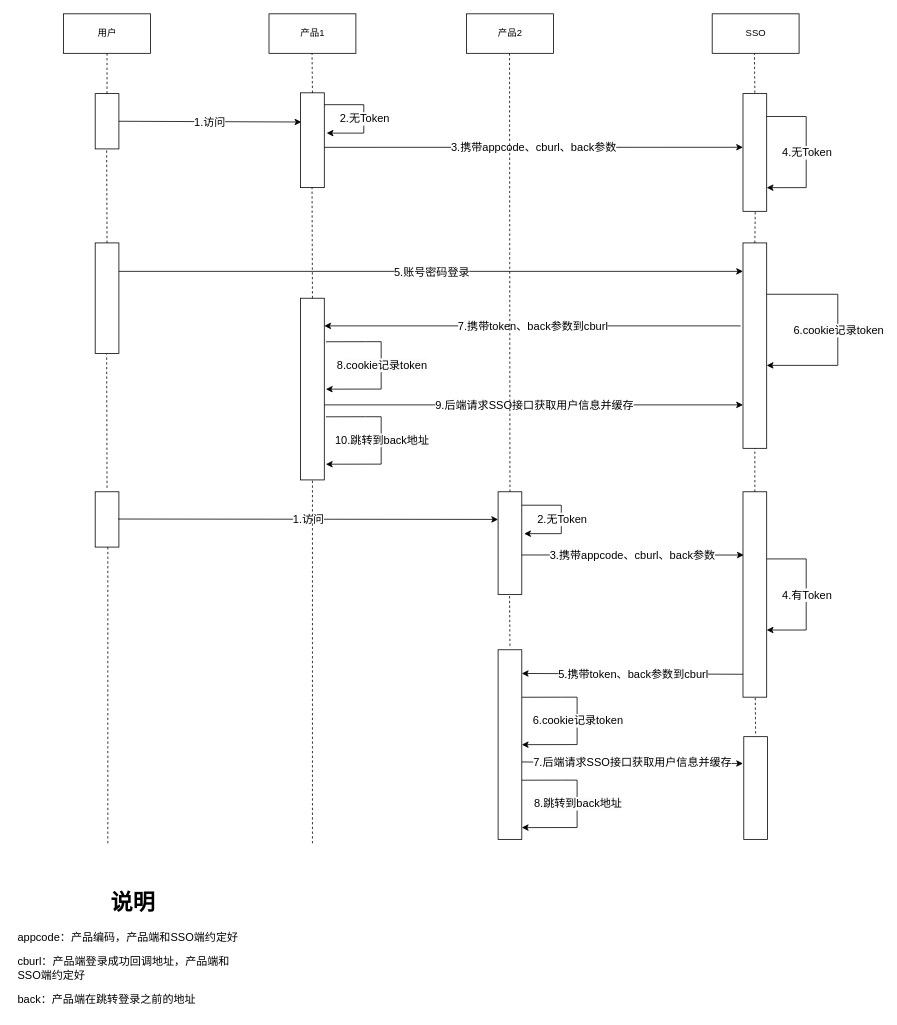
Before: Project/SSO-登录.drawio in hao15239129517/drawio, a draw.io diagram. Source tidied: cells renumbered, new cells numbered last; positions are measured from the earlier drawing's top-left corner, leaving out a move shared by most shapes. Both pictures are drawn from the tidied source at 79%, with x=0, y=0 at pixel (13, 13).
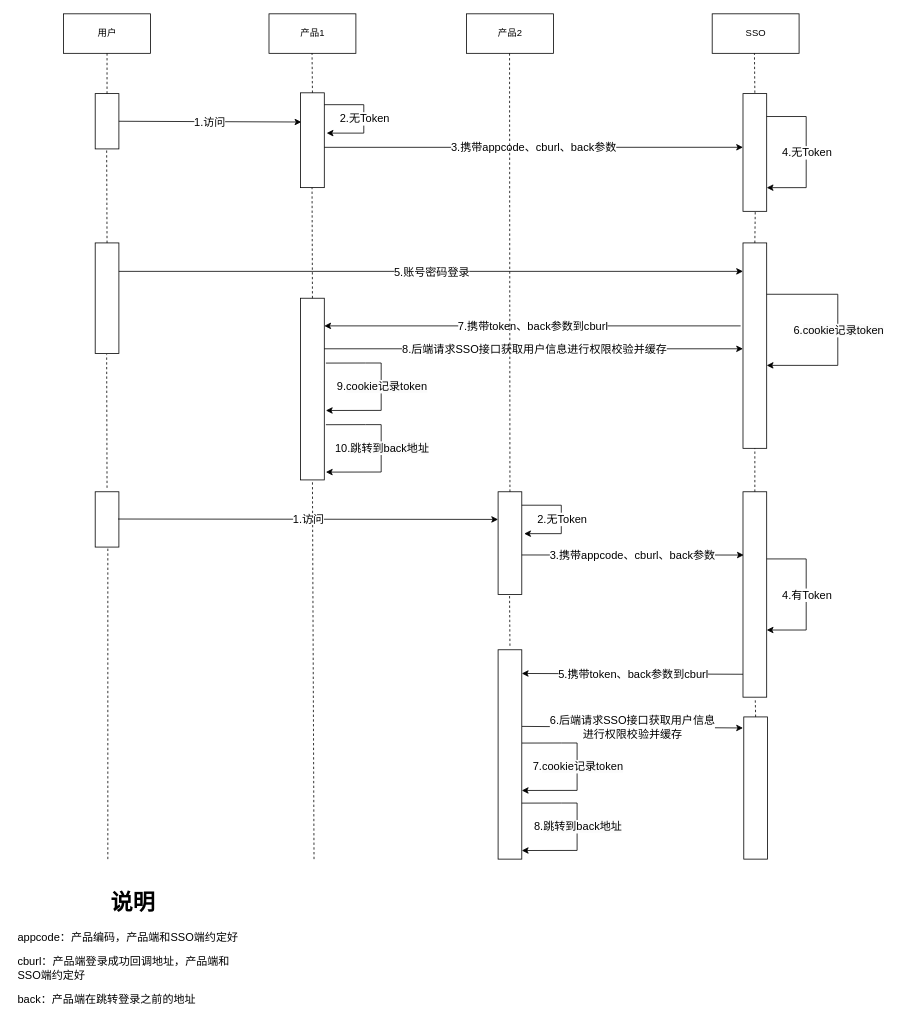
The same diagram, later.

Unchanged cells that the change refers to:
```xml
<mxCell id="22" style="rounded=0;whiteSpace=wrap;html=1;" parent="1" vertex="1">
  <mxGeometry x="363" y="360" width="30" height="230" as="geometry" />
</mxCell>
```

Diff of the diagram source:
```diff
@@
     <mxCell id="23" style="endArrow=classic;html=1;rounded=0;strokeWidth=1;fontSize=14;" parent="1" edge="1">
       <mxGeometry relative="1" as="geometry">
-        <mxPoint x="393" y="495" as="sourcePoint" />
-        <mxPoint x="923" y="495" as="targetPoint" />
+        <mxPoint x="393" y="424" as="sourcePoint" />
+        <mxPoint x="923" y="424" as="targetPoint" />
       </mxGeometry>
     </mxCell>
-    <mxCell id="24" value="9.后端请求SSO接口获取用户信息并缓存" style="edgeLabel;html=1;align=center;verticalAlign=middle;fontSize=14;rounded=0;" parent="23" vertex="1">
+    <mxCell id="24" value="8.后端请求SSO接口获取用户信息进行权限校验并缓存" style="edgeLabel;html=1;align=center;verticalAlign=middle;fontSize=14;rounded=0;" parent="23" vertex="1">
       <mxGeometry relative="1" as="geometry" />
     </mxCell>
@@
     <mxCell id="36" style="endArrow=classic;html=1;rounded=0;strokeWidth=1;fontSize=14;entryX=0;entryY=0.923;entryDx=0;entryDy=0;entryPerimeter=0;" parent="1" edge="1">
       <mxGeometry relative="1" as="geometry">
-        <mxPoint x="643" y="947" as="sourcePoint" />
-        <mxPoint x="923" y="949" as="targetPoint" />
+        <mxPoint x="643" y="902" as="sourcePoint" />
+        <mxPoint x="923" y="904" as="targetPoint" />
       </mxGeometry>
     </mxCell>
-    <mxCell id="37" value="7.后端请求SSO接口获取用户信息并缓存" style="edgeLabel;html=1;align=center;verticalAlign=middle;fontSize=14;rounded=0;" parent="36" vertex="1">
+    <mxCell id="37" value="6.后端请求SSO接口获取用户信息&lt;br&gt;进行权限校验并缓存" style="edgeLabel;html=1;align=center;verticalAlign=middle;fontSize=14;rounded=0;" parent="36" vertex="1">
       <mxGeometry relative="1" as="geometry" />
     </mxCell>
@@
     <mxCell id="52" style="endArrow=classic;html=1;rounded=0;strokeWidth=1;fontSize=14;entryX=1;entryY=0.799;entryDx=0;entryDy=0;entryPerimeter=0;exitX=1;exitY=0.313;exitDx=0;exitDy=0;exitPerimeter=0;" parent="1" edge="1">
       <mxGeometry x="0.3" y="100" relative="1" as="geometry">
-        <mxPoint x="643" y="865.1" as="sourcePoint" />
-        <mxPoint x="643" y="925.1" as="targetPoint" />
+        <mxPoint x="643" y="923.1" as="sourcePoint" />
+        <mxPoint x="643" y="983.1" as="targetPoint" />
         <Array as="points">
-          <mxPoint x="693" y="865" />
-          <mxPoint x="713" y="865" />
-          <mxPoint x="713" y="925" />
+          <mxPoint x="693" y="923" />
+          <mxPoint x="713" y="923" />
+          <mxPoint x="713" y="983" />
         </Array>
       </mxGeometry>
     </mxCell>
-    <mxCell id="53" value="6.&lt;span style=&quot;background-color: rgb(251, 251, 251);&quot;&gt;cookie记录token&lt;/span&gt;" style="edgeLabel;html=1;align=center;verticalAlign=middle;fontSize=14;rounded=0;" parent="52" vertex="1">
+    <mxCell id="53" value="7.&lt;span style=&quot;background-color: rgb(251, 251, 251);&quot;&gt;cookie记录token&lt;/span&gt;" style="edgeLabel;html=1;align=center;verticalAlign=middle;fontSize=14;rounded=0;" parent="52" vertex="1">
       <mxGeometry relative="1" as="geometry" />
     </mxCell>
     <mxCell id="54" style="endArrow=none;dashed=1;html=1;rounded=0;strokeWidth=1;fontSize=14;entryX=0.5;entryY=1;entryDx=0;entryDy=0;" parent="1" edge="1" target="22">
       <mxGeometry x="-1" y="109" relative="1" as="geometry">
-        <mxPoint x="378" y="1050" as="sourcePoint" />
+        <mxPoint x="380" y="1070" as="sourcePoint" />
         <mxPoint x="104" y="109" as="offset" />
       </mxGeometry>
     </mxCell>
@@
     <mxCell id="56" style="rounded=0;whiteSpace=wrap;html=1;" parent="1" vertex="1">
-      <mxGeometry x="613" y="805" width="30" height="240" as="geometry" />
+      <mxGeometry x="613" y="805" width="30" height="265" as="geometry" />
     </mxCell>
     <mxCell id="57" style="rounded=0;whiteSpace=wrap;html=1;" parent="1" vertex="1">
-      <mxGeometry x="924" y="915" width="30" height="130" as="geometry" />
+      <mxGeometry x="924" y="890" width="30" height="180" as="geometry" />
     </mxCell>
     <mxCell id="58" style="endArrow=classic;html=1;rounded=0;strokeWidth=1;fontSize=14;entryX=1;entryY=0.799;entryDx=0;entryDy=0;entryPerimeter=0;exitX=1;exitY=0.313;exitDx=0;exitDy=0;exitPerimeter=0;" parent="1" edge="1">
       <mxGeometry x="0.3" y="100" relative="1" as="geometry">
-        <mxPoint x="643" y="970.1" as="sourcePoint" />
-        <mxPoint x="643" y="1030.1" as="targetPoint" />
+        <mxPoint x="643" y="999.1" as="sourcePoint" />
+        <mxPoint x="643" y="1059.1" as="targetPoint" />
         <Array as="points">
-          <mxPoint x="693" y="970" />
-          <mxPoint x="713" y="970" />
-          <mxPoint x="713" y="1030" />
+          <mxPoint x="693" y="999" />
+          <mxPoint x="713" y="999" />
+          <mxPoint x="713" y="1059" />
         </Array>
       </mxGeometry>
     </mxCell>
@@
     <mxCell id="60" style="endArrow=classic;html=1;rounded=0;strokeWidth=1;fontSize=14;entryX=1;entryY=0.799;entryDx=0;entryDy=0;entryPerimeter=0;exitX=1;exitY=0.313;exitDx=0;exitDy=0;exitPerimeter=0;" parent="1" edge="1">
       <mxGeometry x="0.3" y="100" relative="1" as="geometry">
-        <mxPoint x="395" y="510.1" as="sourcePoint" />
-        <mxPoint x="395" y="570.1" as="targetPoint" />
+        <mxPoint x="395" y="520.1" as="sourcePoint" />
+        <mxPoint x="395" y="580.1" as="targetPoint" />
         <Array as="points">
-          <mxPoint x="445" y="510" />
-          <mxPoint x="465" y="510" />
-          <mxPoint x="465" y="570" />
+          <mxPoint x="445" y="520" />
+          <mxPoint x="465" y="520" />
+          <mxPoint x="465" y="580" />
         </Array>
       </mxGeometry>
     </mxCell>
@@
     <mxCell id="62" style="endArrow=classic;html=1;rounded=0;strokeWidth=1;fontSize=14;entryX=1;entryY=0.799;entryDx=0;entryDy=0;entryPerimeter=0;exitX=1;exitY=0.313;exitDx=0;exitDy=0;exitPerimeter=0;" parent="1" edge="1">
       <mxGeometry x="0.3" y="100" relative="1" as="geometry">
-        <mxPoint x="395" y="415.1" as="sourcePoint" />
-        <mxPoint x="395" y="475.1" as="targetPoint" />
+        <mxPoint x="395" y="442.1" as="sourcePoint" />
+        <mxPoint x="395" y="502.1" as="targetPoint" />
         <Array as="points">
-          <mxPoint x="445" y="415" />
-          <mxPoint x="465" y="415" />
-          <mxPoint x="465" y="475" />
+          <mxPoint x="445" y="442" />
+          <mxPoint x="465" y="442" />
+          <mxPoint x="465" y="502" />
         </Array>
       </mxGeometry>
     </mxCell>
-    <mxCell id="63" value="8.&lt;span style=&quot;background-color: rgb(251, 251, 251);&quot;&gt;cookie记录token&lt;/span&gt;" style="edgeLabel;html=1;align=center;verticalAlign=middle;fontSize=14;rounded=0;" parent="62" vertex="1">
+    <mxCell id="63" value="9.&lt;span style=&quot;background-color: rgb(251, 251, 251);&quot;&gt;cookie记录token&lt;/span&gt;" style="edgeLabel;html=1;align=center;verticalAlign=middle;fontSize=14;rounded=0;" parent="62" vertex="1">
       <mxGeometry relative="1" as="geometry" />
     </mxCell>
@@
     <mxCell id="65" style="endArrow=none;dashed=1;html=1;rounded=0;strokeWidth=1;fontSize=14;entryX=0.5;entryY=1;entryDx=0;entryDy=0;" parent="1" edge="1">
       <mxGeometry x="-1" y="109" relative="1" as="geometry">
-        <mxPoint x="939" y="911" as="sourcePoint" />
+        <mxPoint x="939" y="890" as="sourcePoint" />
         <mxPoint x="938.5" y="866" as="targetPoint" />
         <mxPoint x="104" y="109" as="offset" />
       </mxGeometry>
     </mxCell>
     <mxCell id="66" style="endArrow=none;dashed=1;html=1;rounded=0;strokeWidth=1;fontSize=14;entryX=0.5;entryY=1;entryDx=0;entryDy=0;" parent="1" edge="1">
       <mxGeometry x="-1" y="109" relative="1" as="geometry">
-        <mxPoint x="119" y="1050" as="sourcePoint" />
+        <mxPoint x="119" y="1070" as="sourcePoint" />
         <mxPoint x="119" y="675" as="targetPoint" />
         <mxPoint x="104" y="109" as="offset" />
       </mxGeometry>
     </mxCell>
```
